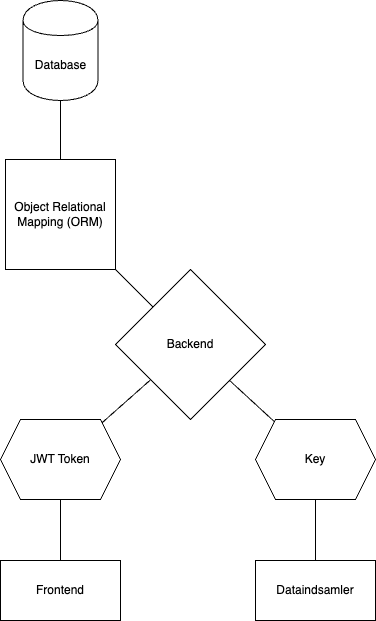
Earlier version of the draw.io export documentation/system.drawio.png (Nikditten/BachelorProjekt). Source tidied: cells renumbered, new cells last; positions are measured from the earlier drawing's top-left corner, leaving out a move shared by most shapes.
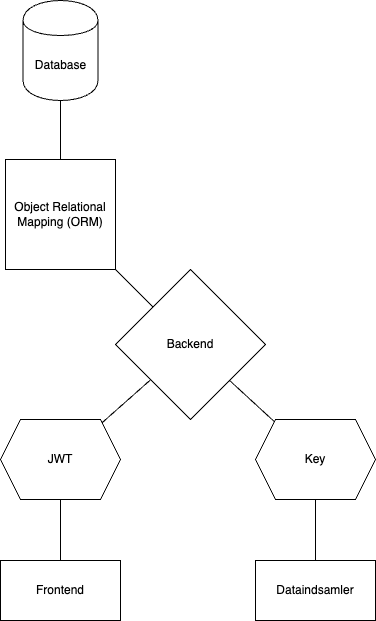
After the commit.

Diff of the diagram source:
```diff
@@ -26,7 +26,7 @@
     <mxCell id="9" style="edgeStyle=none;html=1;endArrow=none;endFill=0;" parent="1" edge="1" source="10" target="11">
       <mxGeometry relative="1" as="geometry" />
     </mxCell>
-    <mxCell id="10" value="JWT Token" style="shape=hexagon;perimeter=hexagonPerimeter2;whiteSpace=wrap;html=1;fixedSize=1;" parent="1" vertex="1">
+    <mxCell id="10" value="JWT" style="shape=hexagon;perimeter=hexagonPerimeter2;whiteSpace=wrap;html=1;fixedSize=1;" parent="1" vertex="1">
       <mxGeometry y="419" width="120" height="80" as="geometry" />
     </mxCell>
     <mxCell id="11" value="Frontend" style="rounded=0;whiteSpace=wrap;html=1;" parent="1" vertex="1">
```
